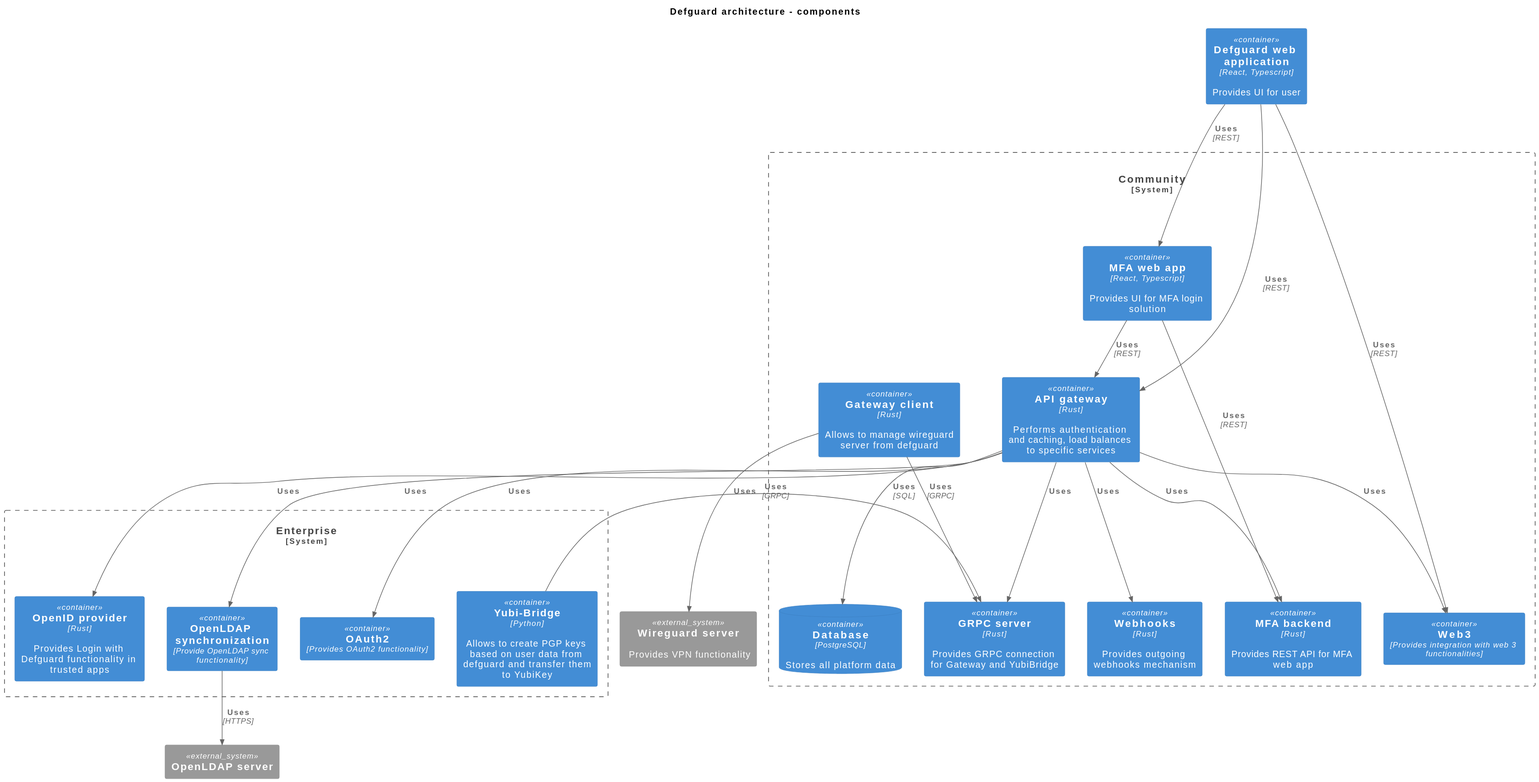
DefGuard/docs keeps this PlantUML diagram as in-depth/puml/architecture-components.svg. Above is the earlier version. Source of this version:
```plantuml
@startuml
title Defguard architecture - components
!include https://raw.githubusercontent.com/plantuml-stdlib/C4-PlantUML/master/C4_Container.puml

System_Ext(wireguard, "Wireguard server", "Provides VPN functionality")
Container(web_app, "Defguard web application", "React, Typescript", "Provides UI for user")
System_Boundary(c1, "Community", "Core server") {
    Container(mfa, "MFA web app", "React, Typescript", "Provides UI for MFA login solution")
    Container(core_server, "API gateway", "Rust", "Performs authentication and caching, load balances to specific services")
    Container(gateway, "Gateway client", "Rust", "Allows to manage wireguard server from defguard")
    Container(webhooks, "Webhooks","Rust", "Provides outgoing webhooks mechanism")
    Container(web3, "Web3", "Provides integration with web 3 functionalities")
    Container(mfa_backend, "MFA backend", "Rust", "Provides REST API for MFA web app")
    Container(grpc_server, "GRPC server", "Rust", "Provides GRPC connection for Gateway and YubiBridge")
    ContainerDb(db, "Database", "PostgreSQL", "Stores all platform data")
}
System_Boundary(c2, "Enterprise",) {
    Container(openid, "OpenID provider", "Rust", "Provides Login with Defguard functionality in trusted apps")
    Container(yubibridge, "Yubi-Bridge", "Python", "Allows to create PGP keys based on user data from defguard and transfer them to YubiKey")
    Container(ldap, "OpenLDAP synchronization", "Provide OpenLDAP sync functionality")
    Container(oauth2, "OAuth2", "Provides OAuth2 functionality")
}
System_Ext(ldap_server, "OpenLDAP server", "")
Rel(core_server, ldap, "Uses", "", "")
Rel(web_app, mfa, "Uses", "REST")
Rel(web_app, web3, "Uses", "REST")
Rel(core_server, web3, "Uses", "", "")
Rel(web_app, core_server, "Uses", "REST")
Rel(mfa, core_server, "Uses", "REST")
Rel(mfa, mfa_backend, "Uses", "REST")
Rel(core_server, mfa_backend, "Uses", "")
Rel(core_server, webhooks, "Uses", "")
Rel(core_server, grpc_server, "Uses", "")
Rel(core_server, oauth2, "Uses", "")
Rel(core_server, openid, "Uses", "")
Rel(ldap, ldap_server, "Uses", "HTTPS")
Rel(gateway, grpc_server, "Uses", "GRPC","")
Rel(gateway, wireguard, "Uses", "", "")
Rel(core_server, db, "Uses", "SQL", "")
Rel(yubibridge, grpc_server, "Uses", "GRPC", "")
@enduml
```
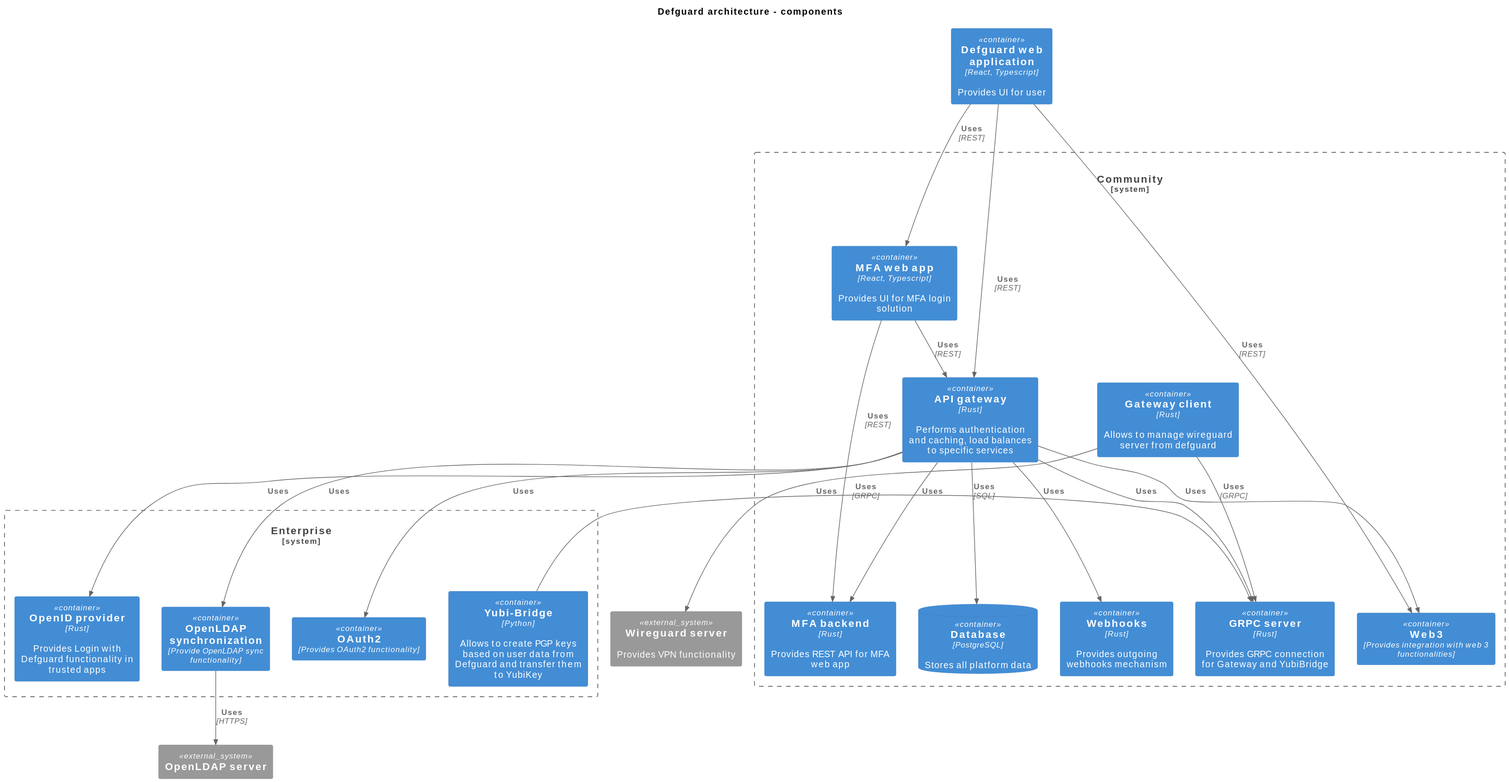
Above is the later version.

Change to the diagram source:
```diff
@@ -16,7 +16,7 @@
 }
 System_Boundary(c2, "Enterprise",) {
     Container(openid, "OpenID provider", "Rust", "Provides Login with Defguard functionality in trusted apps")
-    Container(yubibridge, "Yubi-Bridge", "Python", "Allows to create PGP keys based on user data from defguard and transfer them to YubiKey")
+    Container(yubibridge, "Yubi-Bridge", "Python", "Allows to create PGP keys based on user data from Defguard and transfer them to YubiKey")
     Container(ldap, "OpenLDAP synchronization", "Provide OpenLDAP sync functionality")
     Container(oauth2, "OAuth2", "Provides OAuth2 functionality")
 }
```
